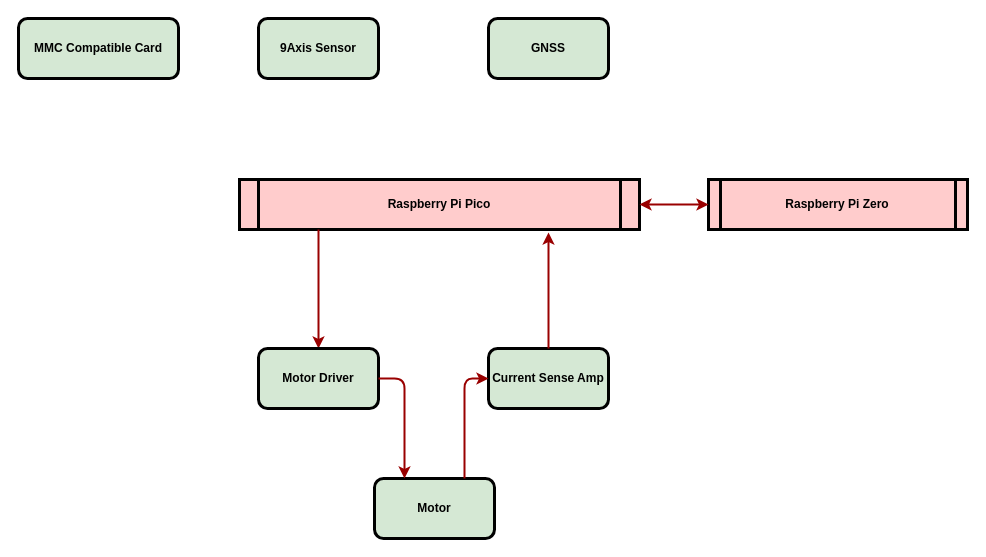
kodama-gentaro/cansat_team_a keeps this draw.io diagram as system-chart.drawio.xml. Above is the earlier version. Source tidied: cells renumbered, new cells numbered last; positions are measured from the earlier drawing's top-left corner, leaving out a move shared by most shapes. Both pictures are drawn from the tidied source at 100%, with x=0, y=0 at pixel (18, 18).
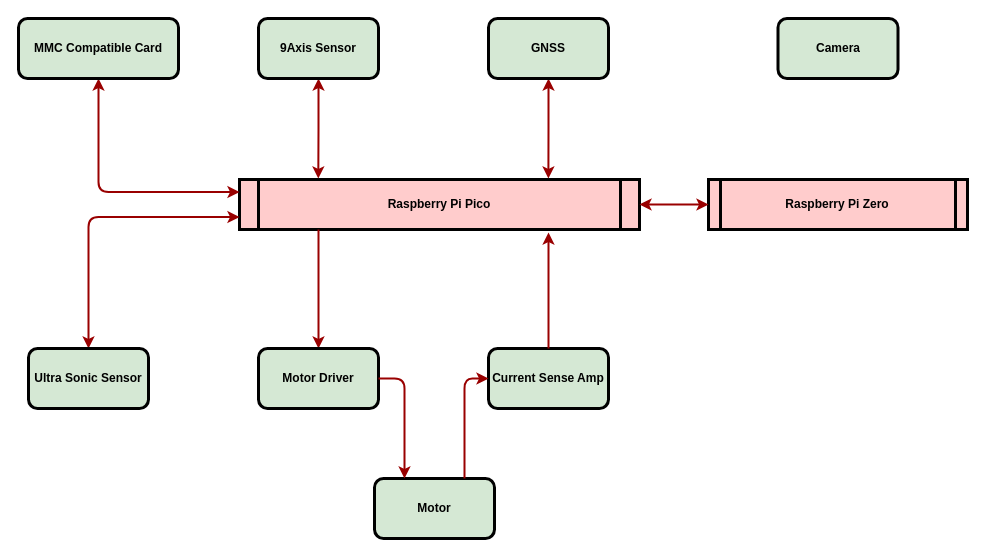
Above is the later version.

Commit message (it also covers changes not shown here):
system-chart.drawio.xml を更新します

The change refers to these unchanged cells:
```xml
<mxCell id="2" value="Raspberry Pi Pico" style="shape=process;whiteSpace=wrap;align=center;verticalAlign=middle;size=0.0475;fontStyle=1;strokeWidth=3;fillColor=#FFCCCC;" parent="1" vertex="1">
  <mxGeometry x="221" y="161" width="400" height="50" as="geometry" />
</mxCell>
<mxCell id="12" value="&lt;b&gt;9Axis Sensor&lt;br&gt;&lt;/b&gt;" style="rounded=1;whiteSpace=wrap;html=1;strokeWidth=3;fillColor=#d5e8d4;strokeColor=#000000;" parent="1" vertex="1">
  <mxGeometry x="240" width="120" height="60" as="geometry" />
</mxCell>
<mxCell id="13" value="&lt;b&gt;GNSS&lt;/b&gt;" style="rounded=1;whiteSpace=wrap;html=1;strokeWidth=3;fillColor=#d5e8d4;strokeColor=#000000;" parent="1" vertex="1">
  <mxGeometry x="470" width="120" height="60" as="geometry" />
</mxCell>
<mxCell id="14" value="&lt;b&gt;MMC Compatible Card&lt;br&gt;&lt;/b&gt;" style="rounded=1;whiteSpace=wrap;html=1;strokeWidth=3;fillColor=#d5e8d4;strokeColor=#000000;" parent="1" vertex="1">
  <mxGeometry width="160" height="60" as="geometry" />
</mxCell>
```

What changed in the source:
```diff
@@
+    <mxCell id="15" style="edgeStyle=orthogonalEdgeStyle;rounded=0;jettySize=auto;html=1;exitX=0.5;exitY=1;exitDx=0;exitDy=0;entryX=0.197;entryY=-0.02;entryDx=0;entryDy=0;entryPerimeter=0;startArrow=classic;startFill=1;strokeColor=#990000;strokeWidth=2;" parent="1" edge="1" source="12" target="2">
+      <mxGeometry relative="1" as="geometry" />
+    </mxCell>
@@
+    <mxCell id="16" style="edgeStyle=orthogonalEdgeStyle;rounded=0;jettySize=auto;html=1;exitX=0.5;exitY=1;exitDx=0;exitDy=0;startArrow=classic;startFill=1;strokeColor=#990000;strokeWidth=2;" parent="1" edge="1" source="13">
+      <mxGeometry relative="1" as="geometry">
+        <mxPoint x="529.9" y="160" as="targetPoint" />
+      </mxGeometry>
+    </mxCell>
@@
+    <mxCell id="17" style="rounded=1;jettySize=auto;html=1;exitX=0.5;exitY=1;exitDx=0;exitDy=0;entryX=0;entryY=0.25;entryDx=0;entryDy=0;startArrow=classic;startFill=1;strokeColor=#990000;edgeStyle=orthogonalEdgeStyle;strokeWidth=2;" parent="1" edge="1" source="14" target="2">
+      <mxGeometry relative="1" as="geometry" />
+    </mxCell>
@@
+    <mxCell id="18" value="&lt;b&gt;Camera&lt;/b&gt;" style="rounded=1;whiteSpace=wrap;html=1;strokeWidth=3;fillColor=#d5e8d4;strokeColor=#000000;" parent="1" vertex="1">
+      <mxGeometry x="759.5" width="120" height="60" as="geometry" />
+    </mxCell>
+    <mxCell id="19" style="edgeStyle=orthogonalEdgeStyle;rounded=1;jettySize=auto;html=1;exitX=0.5;exitY=0;exitDx=0;exitDy=0;entryX=0;entryY=0.75;entryDx=0;entryDy=0;strokeColor=#990000;strokeWidth=2;startArrow=classic;startFill=1;" parent="1" edge="1" source="20" target="2">
+      <mxGeometry relative="1" as="geometry" />
+    </mxCell>
+    <mxCell id="20" value="&lt;b&gt;Ultra Sonic Sensor&lt;br&gt;&lt;/b&gt;" style="rounded=1;whiteSpace=wrap;html=1;strokeWidth=3;fillColor=#d5e8d4;strokeColor=#000000;" parent="1" vertex="1">
+      <mxGeometry x="10" y="330" width="120" height="60" as="geometry" />
+    </mxCell>
```
